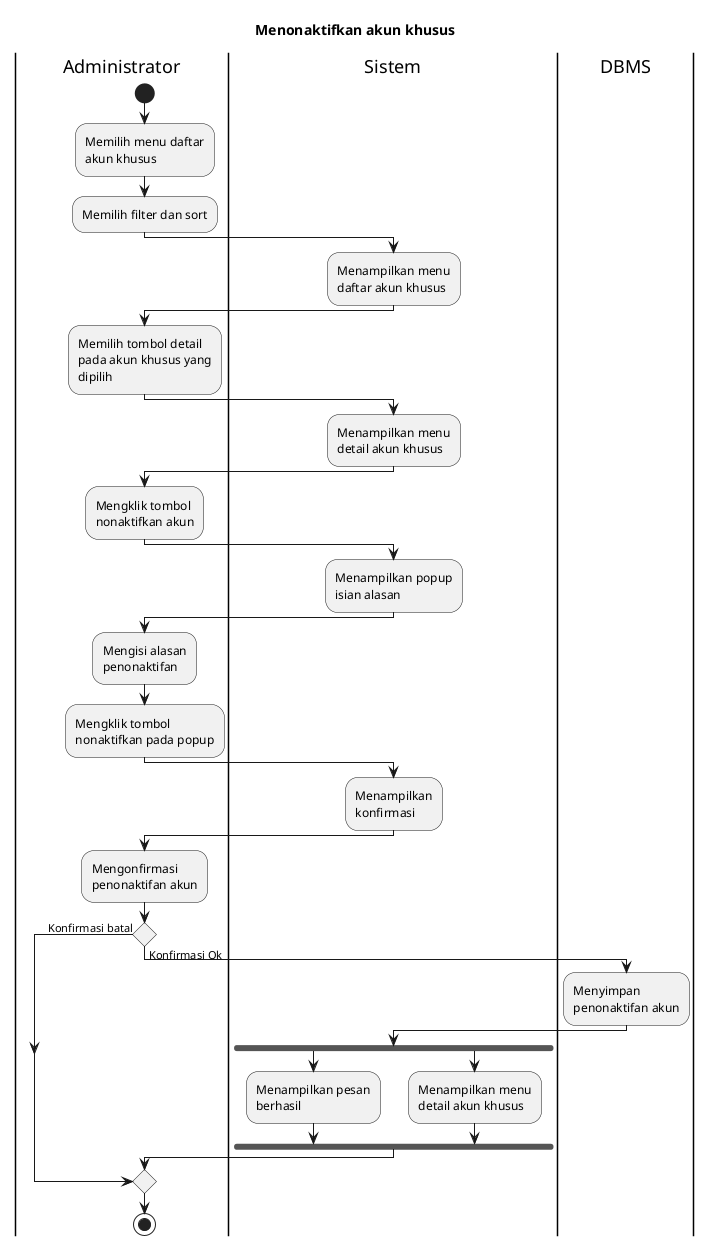
bagusNA/appl-diagrams keeps this PlantUML diagram as export/Activity Diagrams/UC-MGUSER - Manajemen Pengguna/UC-MGUSER-013 - Menonaktifkan akun khusus.png. Above is the earlier version.
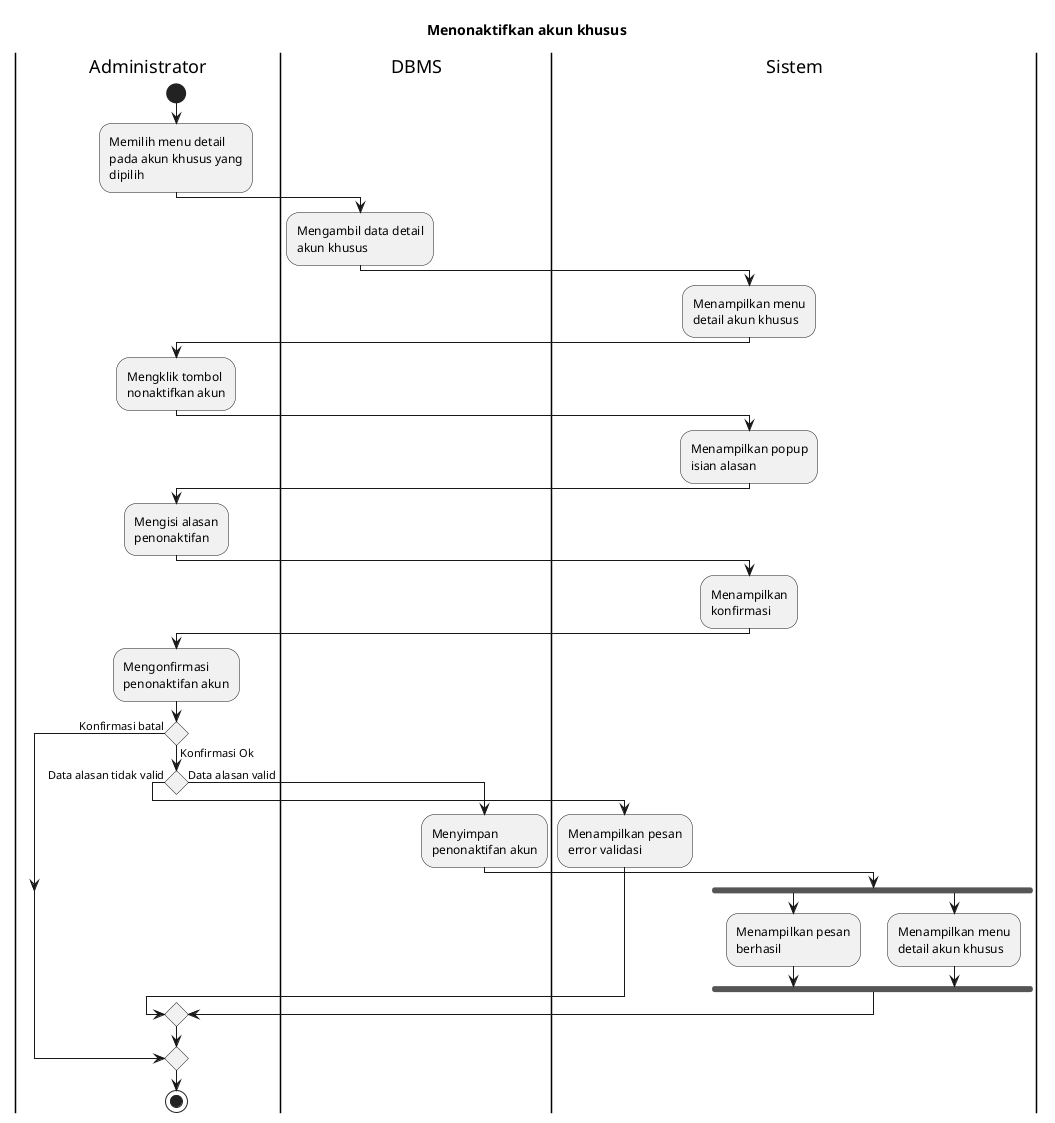
The same diagram one commit later.

What changed in the source:
```diff
@@ -5,14 +5,10 @@
 
 |Administrator|
 start
-:Memilih menu daftar akun khusus;
-:Memilih filter dan sort;
+:Memilih menu detail pada akun khusus yang dipilih;
 
-|Sistem|
-:Menampilkan menu daftar akun khusus;
-
-|Administrator|
-:Memilih tombol detail pada akun khusus yang dipilih;
+|DBMS|
+:Mengambil data detail akun khusus;
 
 |Sistem|
 :Menampilkan menu detail akun khusus;
@@ -25,7 +21,6 @@
 
 |Administrator|
 :Mengisi alasan penonaktifan;
-:Mengklik tombol nonaktifkan pada popup;
 
 |Sistem|
 :Menampilkan konfirmasi;
@@ -35,15 +30,20 @@
 
 if () then (Konfirmasi batal)
 else (Konfirmasi Ok)
-  |DBMS|
-  :Menyimpan penonaktifan akun;
+  if () then (Data alasan tidak valid)
+    |Sistem|
+    :Menampilkan pesan error validasi;
+  else (Data alasan valid)
+    |DBMS|
+    :Menyimpan penonaktifan akun;
 
-  |Sistem|
-  fork
-    :Menampilkan pesan berhasil;
-  fork again
-    :Menampilkan menu detail akun khusus;
-  endfork
+    |Sistem|
+    fork
+      :Menampilkan pesan berhasil;
+    fork again
+      :Menampilkan menu detail akun khusus;
+    endfork
+  endif
 endif
 
 |Administrator|
```
